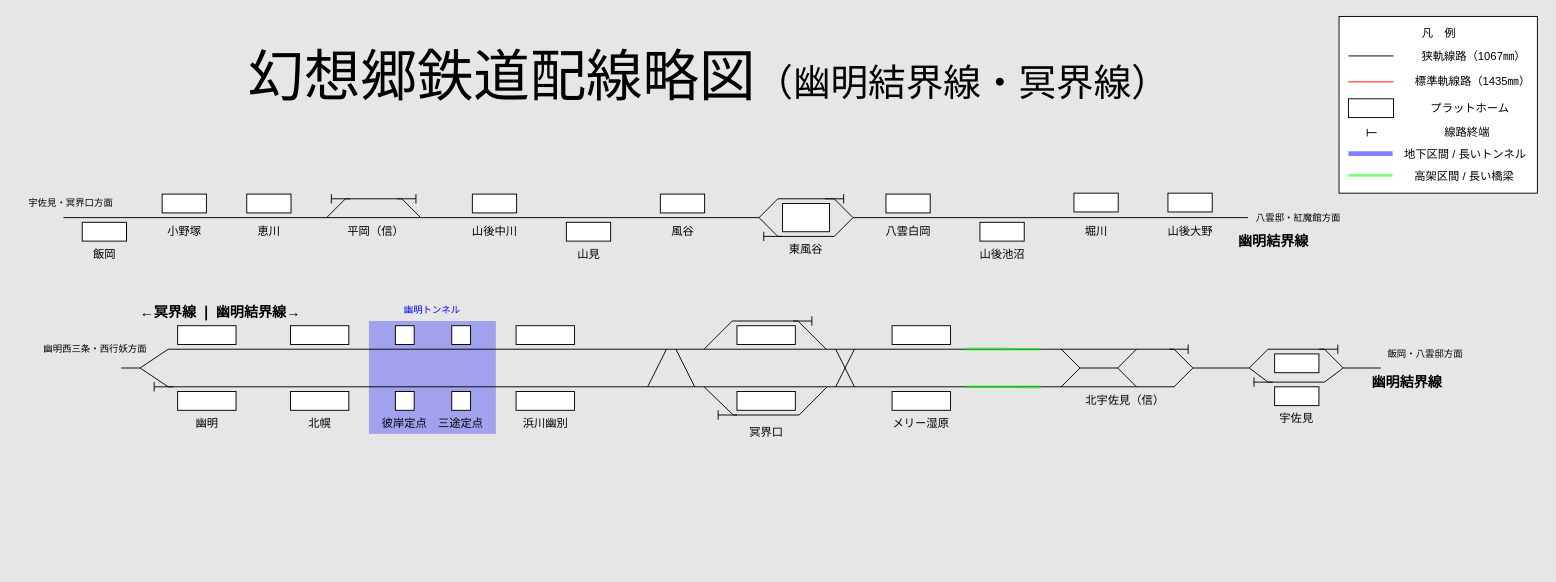
The draw.io diagram resources/route design/route_design_Yakumotei-Saigyoayakashi.drawio in noname390/BVE-Gensokyo-Railway, before the edit. Source tidied: cells renumbered, new cells numbered last; positions are measured from the earlier drawing's top-left corner, leaving out a move shared by most shapes. Both pictures are drawn from the tidied source at 94%, with x=0, y=0 at pixel (15, 16).
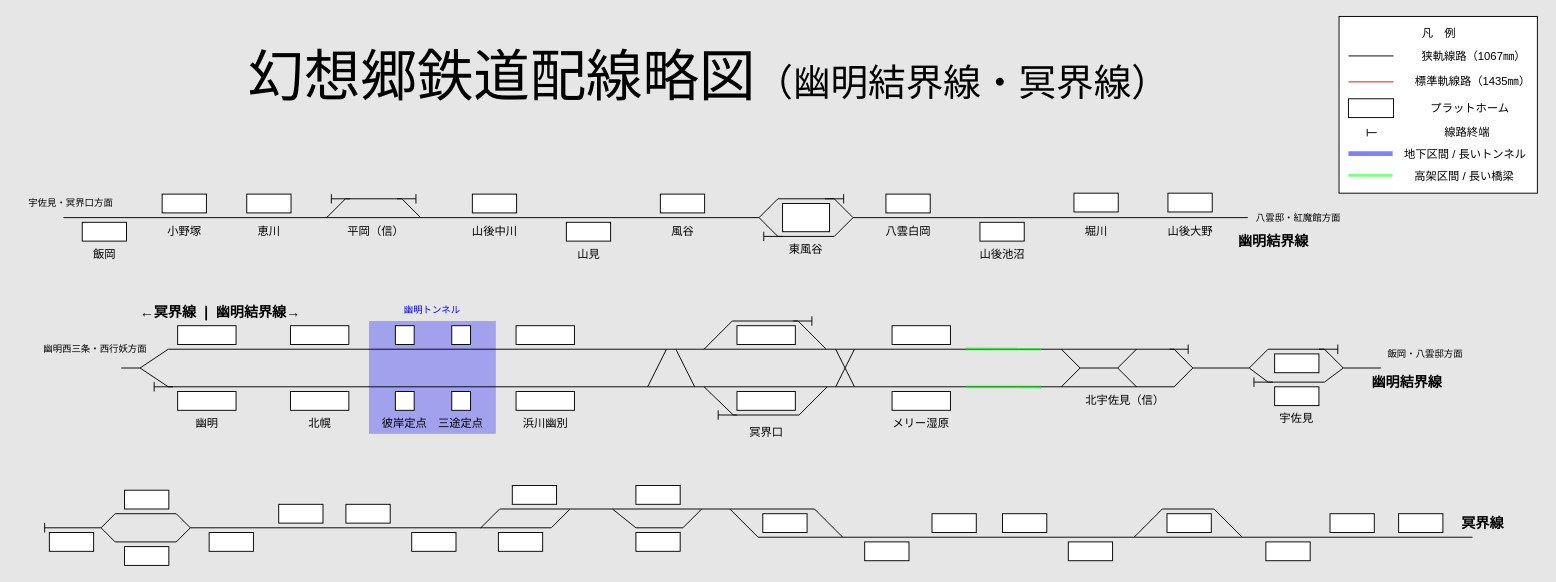
The same page after the edit.

The edit, as a diff of the source:
```diff
@@
+    <mxCell id="112" style="endArrow=none;html=1;rounded=0;" parent="1" edge="1">
+      <mxGeometry relative="1" as="geometry">
+        <mxPoint x="760" y="524" as="sourcePoint" />
+        <mxPoint x="1550" y="554" as="targetPoint" />
+        <Array as="points">
+          <mxPoint x="790" y="554" />
+        </Array>
+      </mxGeometry>
+    </mxCell>
+    <mxCell id="113" style="rounded=0;whiteSpace=wrap;html=1;" parent="1" vertex="1">
+      <mxGeometry x="1471.4" y="529" width="47.1" height="20" as="geometry" />
+    </mxCell>
+    <mxCell id="114" style="rounded=0;whiteSpace=wrap;html=1;" parent="1" vertex="1">
+      <mxGeometry x="1398.4" y="529" width="47.1" height="20" as="geometry" />
+    </mxCell>
+    <mxCell id="115" style="rounded=0;whiteSpace=wrap;html=1;" parent="1" vertex="1">
+      <mxGeometry x="1330.2" y="559" width="47.1" height="20" as="geometry" />
+    </mxCell>
+    <mxCell id="116" style="rounded=0;whiteSpace=wrap;html=1;" parent="1" vertex="1">
+      <mxGeometry x="1225" y="529" width="47.1" height="20" as="geometry" />
+    </mxCell>
+    <mxCell id="117" style="endArrow=none;html=1;rounded=0;" parent="1" edge="1">
+      <mxGeometry relative="1" as="geometry">
+        <mxPoint x="1190" y="554" as="sourcePoint" />
+        <mxPoint x="1305" y="554" as="targetPoint" />
+        <Array as="points">
+          <mxPoint x="1220" y="524" />
+          <mxPoint x="1275" y="524" />
+        </Array>
+      </mxGeometry>
+    </mxCell>
+    <mxCell id="118" style="rounded=0;whiteSpace=wrap;html=1;" parent="1" vertex="1">
+      <mxGeometry x="1120" y="559" width="47.1" height="20" as="geometry" />
+    </mxCell>
+    <mxCell id="119" style="rounded=0;whiteSpace=wrap;html=1;" parent="1" vertex="1">
+      <mxGeometry x="1050" y="529" width="47.1" height="20" as="geometry" />
+    </mxCell>
+    <mxCell id="120" style="rounded=0;whiteSpace=wrap;html=1;" parent="1" vertex="1">
+      <mxGeometry x="975" y="529" width="47.1" height="20" as="geometry" />
+    </mxCell>
+    <mxCell id="121" style="rounded=0;whiteSpace=wrap;html=1;" parent="1" vertex="1">
+      <mxGeometry x="903.4" y="559" width="47.1" height="20" as="geometry" />
+    </mxCell>
+    <mxCell id="122" style="rounded=0;whiteSpace=wrap;html=1;" parent="1" vertex="1">
+      <mxGeometry x="795" y="529" width="47.1" height="20" as="geometry" />
+    </mxCell>
+    <mxCell id="123" style="endArrow=none;html=1;rounded=0;" parent="1" edge="1">
+      <mxGeometry relative="1" as="geometry">
+        <mxPoint x="635" y="524" as="sourcePoint" />
+        <mxPoint x="880" y="554" as="targetPoint" />
+        <Array as="points">
+          <mxPoint x="660" y="544" />
+          <mxPoint x="710" y="544" />
+          <mxPoint x="730" y="524" />
+          <mxPoint x="850" y="524" />
+        </Array>
+      </mxGeometry>
+    </mxCell>
+    <mxCell id="124" style="rounded=0;whiteSpace=wrap;html=1;" parent="1" vertex="1">
+      <mxGeometry x="660" y="499" width="47.1" height="20" as="geometry" />
+    </mxCell>
+    <mxCell id="125" style="endArrow=none;html=1;rounded=0;" parent="1" edge="1">
+      <mxGeometry relative="1" as="geometry">
+        <mxPoint x="186" y="544" as="sourcePoint" />
+        <mxPoint x="730" y="524" as="targetPoint" />
+        <Array as="points">
+          <mxPoint x="570" y="544" />
+          <mxPoint x="590" y="524" />
+        </Array>
+      </mxGeometry>
+    </mxCell>
+    <mxCell id="126" style="rounded=0;whiteSpace=wrap;html=1;" parent="1" vertex="1">
+      <mxGeometry x="660" y="549" width="47.1" height="20" as="geometry" />
+    </mxCell>
+    <mxCell id="127" style="rounded=0;whiteSpace=wrap;html=1;" parent="1" vertex="1">
+      <mxGeometry x="528.5" y="499" width="47.1" height="20" as="geometry" />
+    </mxCell>
+    <mxCell id="128" style="endArrow=none;html=1;rounded=0;" parent="1" edge="1">
+      <mxGeometry relative="1" as="geometry">
+        <mxPoint x="495" y="544" as="sourcePoint" />
+        <mxPoint x="590" y="524" as="targetPoint" />
+        <Array as="points">
+          <mxPoint x="515" y="524" />
+        </Array>
+      </mxGeometry>
+    </mxCell>
+    <mxCell id="129" style="rounded=0;whiteSpace=wrap;html=1;" parent="1" vertex="1">
+      <mxGeometry x="513.7" y="549" width="47.1" height="20" as="geometry" />
+    </mxCell>
+    <mxCell id="130" style="rounded=0;whiteSpace=wrap;html=1;" parent="1" vertex="1">
+      <mxGeometry x="421.5" y="549" width="47.1" height="20" as="geometry" />
+    </mxCell>
+    <mxCell id="131" style="rounded=0;whiteSpace=wrap;html=1;" parent="1" vertex="1">
+      <mxGeometry x="351.5" y="519" width="47.1" height="20" as="geometry" />
+    </mxCell>
+    <mxCell id="132" style="rounded=0;whiteSpace=wrap;html=1;" parent="1" vertex="1">
+      <mxGeometry x="280" y="519" width="47.1" height="20" as="geometry" />
+    </mxCell>
+    <mxCell id="133" style="rounded=0;whiteSpace=wrap;html=1;" parent="1" vertex="1">
+      <mxGeometry x="206" y="549" width="47.1" height="20" as="geometry" />
+    </mxCell>
+    <mxCell id="134" style="endArrow=none;html=1;rounded=0;" parent="1" edge="1">
+      <mxGeometry relative="1" as="geometry">
+        <mxPoint x="31" y="544" as="sourcePoint" />
+        <mxPoint x="186" y="544" as="targetPoint" />
+        <Array as="points">
+          <mxPoint x="91" y="544" />
+          <mxPoint x="106" y="529" />
+          <mxPoint x="171" y="529" />
+        </Array>
+      </mxGeometry>
+    </mxCell>
+    <mxCell id="135" style="endArrow=none;html=1;rounded=0;" parent="1" edge="1">
+      <mxGeometry relative="1" as="geometry">
+        <mxPoint x="91" y="544" as="sourcePoint" />
+        <mxPoint x="186" y="544" as="targetPoint" />
+        <Array as="points">
+          <mxPoint x="106" y="559" />
+          <mxPoint x="171" y="559" />
+        </Array>
+      </mxGeometry>
+    </mxCell>
+    <mxCell id="136" style="rounded=0;whiteSpace=wrap;html=1;" parent="1" vertex="1">
+      <mxGeometry x="116" y="504" width="47.1" height="20" as="geometry" />
+    </mxCell>
+    <mxCell id="137" style="rounded=0;whiteSpace=wrap;html=1;" parent="1" vertex="1">
+      <mxGeometry x="116" y="564" width="47.1" height="20" as="geometry" />
+    </mxCell>
+    <mxCell id="138" style="rounded=0;whiteSpace=wrap;html=1;" parent="1" vertex="1">
+      <mxGeometry x="36" y="549" width="47.1" height="20" as="geometry" />
+    </mxCell>
+    <mxCell id="139" style="endArrow=none;html=1;rounded=0;" parent="1" edge="1">
+      <mxGeometry relative="1" as="geometry">
+        <mxPoint x="31" y="539" as="sourcePoint" />
+        <mxPoint x="31" y="549" as="targetPoint" />
+      </mxGeometry>
+    </mxCell>
+    <mxCell id="140" value="&lt;span style=&quot;font-size: 15px;&quot;&gt;&lt;b&gt;冥界線&lt;/b&gt;&lt;/span&gt;" style="text;strokeColor=none;align=center;fillColor=none;html=1;verticalAlign=middle;whiteSpace=wrap;rounded=0;" parent="1" vertex="1">
+      <mxGeometry x="1531" y="524" width="60" height="30" as="geometry" />
+    </mxCell>
```
